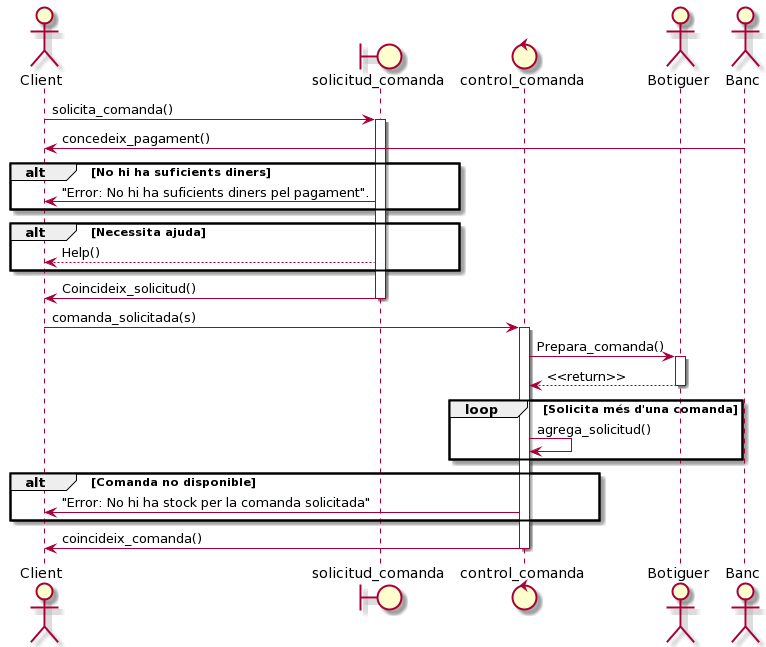
Before: diagrams/sprint3_diag_sequencia_solicitud_comanda.png, a diagram exported from PlantUML (polpagesdev/delivery-app). Its diagram source:
```plantuml
@startuml
actor Client
boundary solicitud_comanda
control control_comanda
actor Botiguer
actor Banc
Client -> solicitud_comanda : solicita_comanda()
activate solicitud_comanda

Banc -> Client: concedeix_pagament()
alt No hi ha suficients diners
   solicitud_comanda -> Client : "Error: No hi ha suficients diners pel pagament".
end
alt Necessita ajuda
   solicitud_comanda --> Client: Help()
end
solicitud_comanda -> Client : Coincideix_solicitud()
deactivate solicitud_comanda
Client -> control_comanda: comanda_solicitada(s)


activate control_comanda
control_comanda -> Botiguer: Prepara_comanda()
activate Botiguer
Botiguer --> control_comanda: <<return>>
deactivate Botiguer

loop Solicita més d'una comanda
   control_comanda -> control_comanda: agrega_solicitud()
end
alt Comanda no disponible
    control_comanda -> Client: "Error: No hi ha stock per la comanda solicitada"
end
control_comanda -> Client: coincideix_comanda()
deactivate control_comanda
@enduml
```
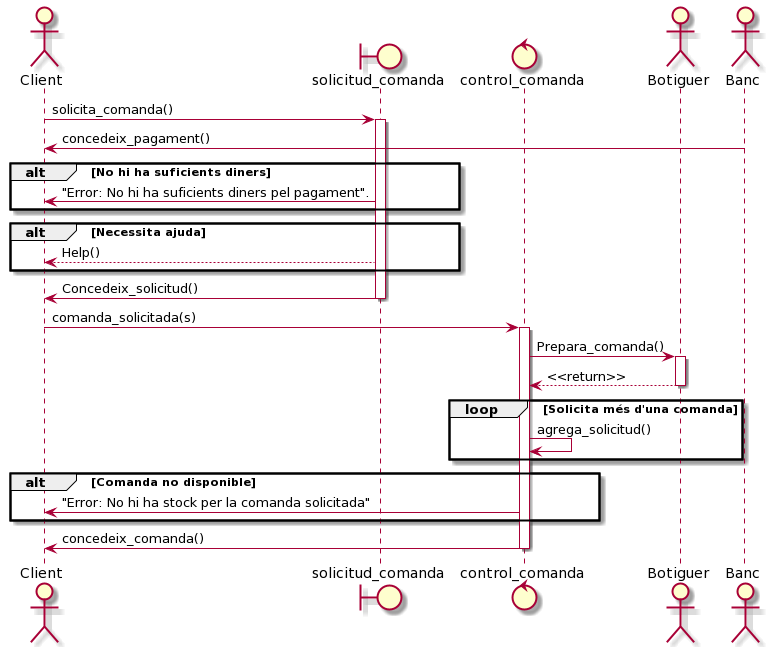
After the commit.

Commit message:
Corrected all activity diagrams and corrected Solicitud Comanda's sequence diagram.

The edit, as a diff of the source:
```diff
@@ -14,7 +14,7 @@
 alt Necessita ajuda
    solicitud_comanda --> Client: Help()
 end
-solicitud_comanda -> Client : Coincideix_solicitud()
+solicitud_comanda -> Client : Concedeix_solicitud()
 deactivate solicitud_comanda
 Client -> control_comanda: comanda_solicitada(s)
 
@@ -31,6 +31,6 @@
 alt Comanda no disponible
     control_comanda -> Client: "Error: No hi ha stock per la comanda solicitada"
 end
-control_comanda -> Client: coincideix_comanda()
+control_comanda -> Client: concedeix_comanda()
 deactivate control_comanda
 @enduml
```
